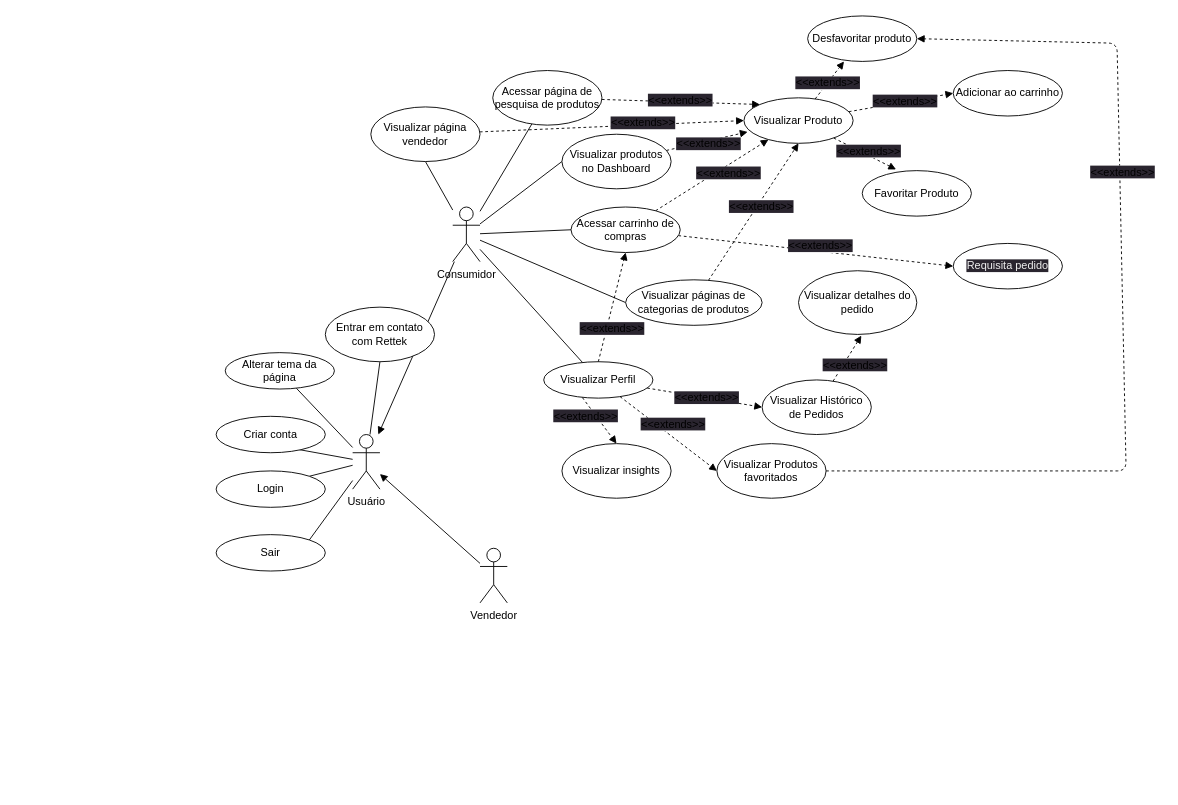
The draw.io diagram UseCaseDiagram.drawio in rettek-org/rettek-docs, before the edit. Source tidied: cells renumbered, new cells numbered last; positions are measured from the earlier drawing's top-left corner, leaving out a move shared by most shapes. Both pictures are drawn from the tidied source at 91%, with x=0, y=0 at pixel (216, 15).
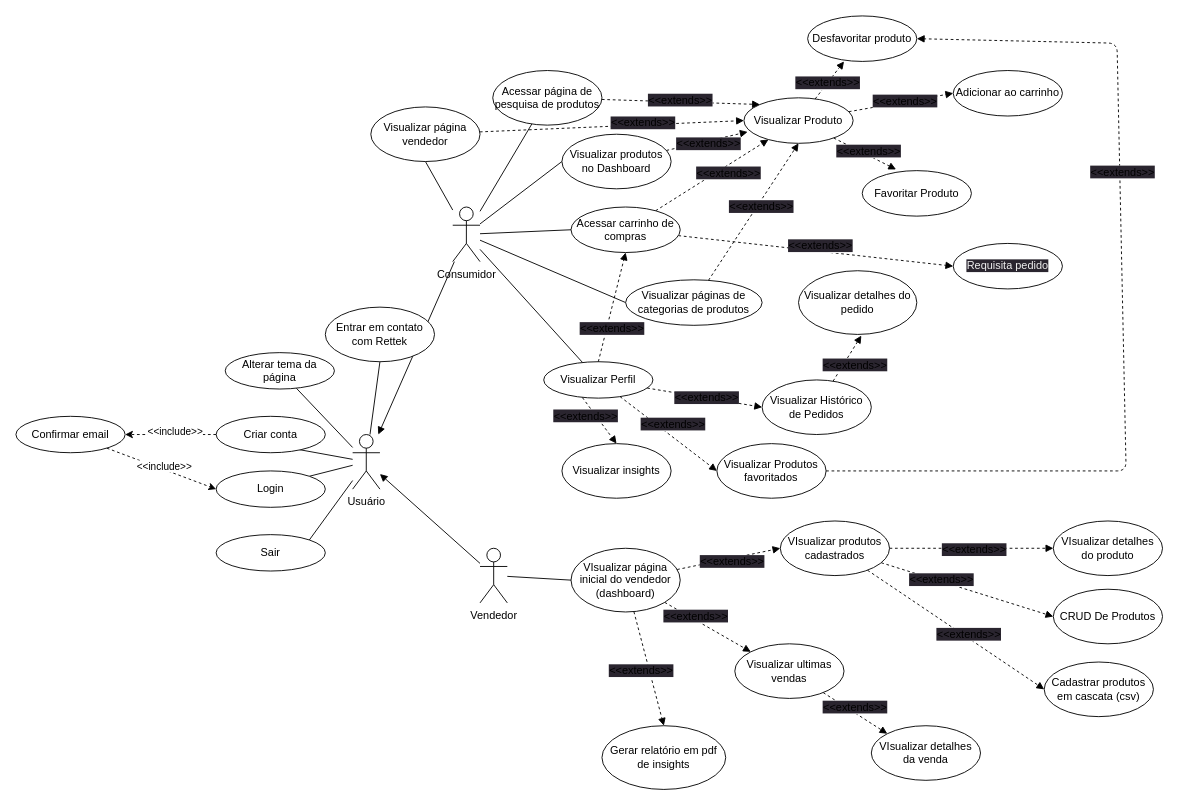
After the change.

Commit message:
feat: finally use case diagram

The change refers to these unchanged cells:
```xml
<mxCell id="11" value="Vendedor" style="shape=umlActor;verticalLabelPosition=bottom;verticalAlign=top;html=1;outlineConnect=0;" parent="1" vertex="1">
  <mxGeometry x="290" y="585" width="30" height="60" as="geometry" />
</mxCell>
<mxCell id="17" value="Login" style="ellipse;whiteSpace=wrap;html=1;" parent="1" vertex="1">
  <mxGeometry y="500" width="120" height="40" as="geometry" />
</mxCell>
<mxCell id="19" value="Criar conta" style="ellipse;whiteSpace=wrap;html=1;" parent="1" vertex="1">
  <mxGeometry y="440" width="120" height="40" as="geometry" />
</mxCell>
```

Change to the diagram source:
```diff
@@
+    <mxCell id="68" style="edgeStyle=none;html=1;endArrow=none;endFill=0;entryX=0;entryY=0.5;entryDx=0;entryDy=0;" parent="1" edge="1" source="11" target="77">
+      <mxGeometry relative="1" as="geometry" />
+    </mxCell>
@@
+    <mxCell id="69" style="edgeStyle=none;html=1;dashed=1;entryX=1;entryY=0.5;entryDx=0;entryDy=0;" parent="1" edge="1" source="19" target="72">
+      <mxGeometry relative="1" as="geometry" />
+    </mxCell>
+    <mxCell id="70" value="&amp;lt;&amp;lt;include&amp;gt;&amp;gt;" style="edgeLabel;html=1;align=center;verticalAlign=middle;" parent="69" vertex="1">
+      <mxGeometry x="-0.42" relative="1" as="geometry">
+        <mxPoint x="-17" y="-4" as="offset" />
+      </mxGeometry>
+    </mxCell>
@@
+    <mxCell id="71" style="edgeStyle=none;html=1;entryX=0;entryY=0.5;entryDx=0;entryDy=0;dashed=1;" parent="1" edge="1" source="72" target="17">
+      <mxGeometry relative="1" as="geometry" />
+    </mxCell>
+    <mxCell id="72" value="Confirmar email" style="ellipse;whiteSpace=wrap;html=1;" parent="1" vertex="1">
+      <mxGeometry x="-220" y="440" width="120" height="40" as="geometry" />
+    </mxCell>
+    <mxCell id="73" value="&amp;lt;&amp;lt;include&amp;gt;&amp;gt;" style="edgeLabel;html=1;align=center;verticalAlign=middle;" parent="1" vertex="1">
+      <mxGeometry x="-40" y="470" as="geometry">
+        <mxPoint x="-18" y="24" as="offset" />
+      </mxGeometry>
+    </mxCell>
+    <mxCell id="74" style="edgeStyle=none;html=1;endArrow=block;endFill=1;dashed=1;entryX=0;entryY=0.5;entryDx=0;entryDy=0;" parent="1" edge="1" source="77" target="81">
+      <mxGeometry relative="1" as="geometry" />
+    </mxCell>
+    <mxCell id="75" style="edgeStyle=none;html=1;dashed=1;endArrow=block;endFill=1;entryX=0;entryY=0;entryDx=0;entryDy=0;" parent="1" edge="1" source="77" target="83">
+      <mxGeometry relative="1" as="geometry" />
+    </mxCell>
+    <mxCell id="76" style="edgeStyle=none;html=1;dashed=1;endArrow=block;endFill=1;entryX=0.5;entryY=0;entryDx=0;entryDy=0;" parent="1" edge="1" source="77" target="88">
+      <mxGeometry relative="1" as="geometry" />
+    </mxCell>
+    <mxCell id="77" value="VIsualizar página inicial do vendedor (dashboard)" style="ellipse;whiteSpace=wrap;html=1;" parent="1" vertex="1">
+      <mxGeometry x="390" y="585" width="120" height="70" as="geometry" />
+    </mxCell>
+    <mxCell id="78" style="edgeStyle=none;html=1;dashed=1;endArrow=block;endFill=1;entryX=0;entryY=0.5;entryDx=0;entryDy=0;" parent="1" edge="1" source="81" target="84">
+      <mxGeometry relative="1" as="geometry" />
+    </mxCell>
+    <mxCell id="79" style="edgeStyle=none;html=1;dashed=1;endArrow=block;endFill=1;entryX=0;entryY=0.5;entryDx=0;entryDy=0;" parent="1" edge="1" source="81" target="85">
+      <mxGeometry relative="1" as="geometry" />
+    </mxCell>
+    <mxCell id="80" style="edgeStyle=none;html=1;dashed=1;endArrow=block;endFill=1;" parent="1" edge="1" source="81">
+      <mxGeometry relative="1" as="geometry">
+        <mxPoint x="910" y="740" as="targetPoint" />
+      </mxGeometry>
+    </mxCell>
+    <mxCell id="81" value="VIsualizar produtos cadastrados" style="ellipse;whiteSpace=wrap;html=1;" parent="1" vertex="1">
+      <mxGeometry x="620" y="555" width="120" height="60" as="geometry" />
+    </mxCell>
+    <mxCell id="82" style="edgeStyle=none;html=1;dashed=1;endArrow=block;endFill=1;entryX=0;entryY=0;entryDx=0;entryDy=0;" parent="1" edge="1" source="83" target="87">
+      <mxGeometry relative="1" as="geometry" />
+    </mxCell>
+    <mxCell id="83" value="Visualizar ultimas vendas" style="ellipse;whiteSpace=wrap;html=1;" parent="1" vertex="1">
+      <mxGeometry x="570" y="690" width="120" height="60" as="geometry" />
+    </mxCell>
+    <mxCell id="84" value="VIsualizar detalhes do produto" style="ellipse;whiteSpace=wrap;html=1;" parent="1" vertex="1">
+      <mxGeometry x="920" y="555" width="120" height="60" as="geometry" />
+    </mxCell>
+    <mxCell id="85" value="CRUD De Produtos" style="ellipse;whiteSpace=wrap;html=1;" parent="1" vertex="1">
+      <mxGeometry x="920" y="630" width="120" height="60" as="geometry" />
+    </mxCell>
+    <mxCell id="86" value="Cadastrar produtos em cascata (csv)" style="ellipse;whiteSpace=wrap;html=1;" parent="1" vertex="1">
+      <mxGeometry x="910" y="710" width="120" height="60" as="geometry" />
+    </mxCell>
+    <mxCell id="87" value="VIsualizar detalhes da venda" style="ellipse;whiteSpace=wrap;html=1;" parent="1" vertex="1">
+      <mxGeometry x="720" y="780" width="120" height="60" as="geometry" />
+    </mxCell>
+    <mxCell id="88" value="Gerar relatório em pdf de insights" style="ellipse;whiteSpace=wrap;html=1;" parent="1" vertex="1">
+      <mxGeometry x="424" y="780" width="136" height="70" as="geometry" />
+    </mxCell>
+    <mxCell id="89" value="&lt;span style=&quot;font-size: 12px; background-color: rgb(42, 37, 47);&quot;&gt;&amp;lt;&amp;lt;extends&amp;gt;&amp;gt;&lt;/span&gt;" style="edgeLabel;html=1;align=center;verticalAlign=middle;" parent="1" vertex="1">
+      <mxGeometry x="470" y="700" as="geometry">
+        <mxPoint x="-4" y="19" as="offset" />
+      </mxGeometry>
+    </mxCell>
+    <mxCell id="90" value="&lt;span style=&quot;font-size: 12px; background-color: rgb(42, 37, 47);&quot;&gt;&amp;lt;&amp;lt;extends&amp;gt;&amp;gt;&lt;/span&gt;" style="edgeLabel;html=1;align=center;verticalAlign=middle;" parent="1" vertex="1">
+      <mxGeometry x="530" y="640" as="geometry">
+        <mxPoint x="-4" y="19" as="offset" />
+      </mxGeometry>
+    </mxCell>
+    <mxCell id="91" value="&lt;span style=&quot;font-size: 12px; background-color: rgb(42, 37, 47);&quot;&gt;&amp;lt;&amp;lt;extends&amp;gt;&amp;gt;&lt;/span&gt;" style="edgeLabel;html=1;align=center;verticalAlign=middle;" parent="1" vertex="1">
+      <mxGeometry x="570" y="580" as="geometry">
+        <mxPoint x="-4" y="19" as="offset" />
+      </mxGeometry>
+    </mxCell>
+    <mxCell id="92" value="&lt;span style=&quot;font-size: 12px; background-color: rgb(42, 37, 47);&quot;&gt;&amp;lt;&amp;lt;extends&amp;gt;&amp;gt;&lt;/span&gt;" style="edgeLabel;html=1;align=center;verticalAlign=middle;fontStyle=0;" parent="1" vertex="1">
+      <mxGeometry x="705" y="740" as="geometry">
+        <mxPoint x="-4" y="19" as="offset" />
+      </mxGeometry>
+    </mxCell>
+    <mxCell id="93" value="&lt;span style=&quot;font-size: 12px; background-color: rgb(42, 37, 47);&quot;&gt;&amp;lt;&amp;lt;extends&amp;gt;&amp;gt;&lt;/span&gt;" style="edgeLabel;html=1;align=center;verticalAlign=middle;" parent="1" vertex="1">
+      <mxGeometry x="830" y="660" as="geometry">
+        <mxPoint x="-4" y="19" as="offset" />
+      </mxGeometry>
+    </mxCell>
+    <mxCell id="94" value="&lt;span style=&quot;font-size: 12px; background-color: rgb(42, 37, 47); font-weight: normal;&quot;&gt;&amp;lt;&amp;lt;extends&amp;gt;&amp;gt;&lt;/span&gt;" style="edgeLabel;html=1;align=center;verticalAlign=middle;fontStyle=1;" parent="1" vertex="1">
+      <mxGeometry x="800" y="600" as="geometry">
+        <mxPoint x="-4" y="19" as="offset" />
+      </mxGeometry>
+    </mxCell>
+    <mxCell id="95" value="&lt;span style=&quot;font-size: 12px; background-color: rgb(42, 37, 47); font-weight: normal;&quot;&gt;&amp;lt;&amp;lt;extends&amp;gt;&amp;gt;&lt;/span&gt;" style="edgeLabel;html=1;align=center;verticalAlign=middle;fontStyle=1;" parent="1" vertex="1">
+      <mxGeometry x="836" y="567" as="geometry">
+        <mxPoint x="-4" y="19" as="offset" />
+      </mxGeometry>
+    </mxCell>
```
